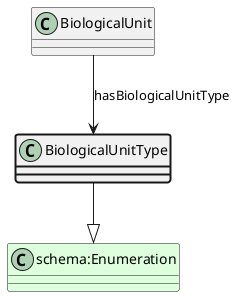
This is ttl_uml/ttl_appn_BiologicalUnitType.png from aus-plant-phenomics-network/appn-schema, a PlantUML export, as it was before one commit. The source it was exported from:
```plantuml
@startuml
class BiologicalUnitType  #line.bold
class "schema:Enumeration" #DDFFDD
BiologicalUnitType --|> "schema:Enumeration"
class BiologicalUnit
BiologicalUnit --> BiologicalUnitType : hasBiologicalUnitType
@enduml
```
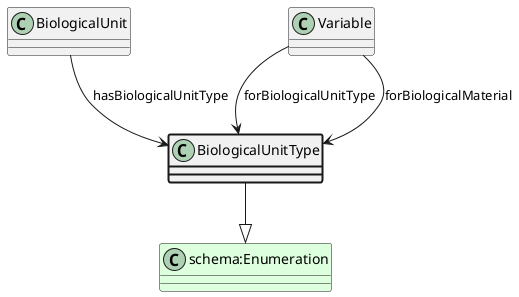
After the change.

The edit, as a diff of the source:
```diff
@@ -4,4 +4,8 @@
 BiologicalUnitType --|> "schema:Enumeration"
 class BiologicalUnit
 BiologicalUnit --> BiologicalUnitType : hasBiologicalUnitType
+class Variable
+Variable --> BiologicalUnitType : forBiologicalUnitType
+class Variable
+Variable --> BiologicalUnitType : forBiologicalMaterial
 @enduml
```
